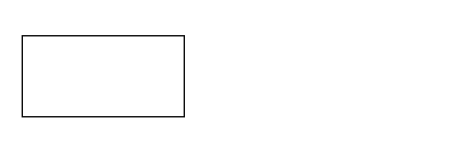
The draw.io diagram Untitled Diagram.drawio in xiguaxigua/drawio-demo, before the edit. Source tidied: cells renumbered, new cells numbered last; positions are measured from the earlier drawing's top-left corner, leaving out a move shared by most shapes. Both pictures are drawn from the tidied source at 135%, with x=0, y=0 at pixel (22, 35).
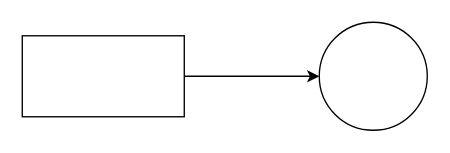
After the change.

What changed in the source:
```diff
@@
 <mxGraphModel>
   <root>
     <mxCell id="0" />
     <mxCell id="1" parent="0" />
+    <mxCell id="3" style="edgeStyle=orthogonalEdgeStyle;rounded=0;jettySize=auto;html=1;entryX=0;entryY=0.5;entryDx=0;entryDy=0;" parent="1" edge="1" source="2" target="4">
+      <mxGeometry relative="1" as="geometry" />
+    </mxCell>
     <mxCell id="2" style="rounded=0;whiteSpace=wrap;html=1;" parent="1" vertex="1">
       <mxGeometry width="120" height="60" as="geometry" />
     </mxCell>
+    <mxCell id="4" style="ellipse;whiteSpace=wrap;html=1;" parent="1" vertex="1">
+      <mxGeometry x="220" y="-10" width="80" height="80" as="geometry" />
+    </mxCell>
   </root>
 </mxGraphModel>
```
